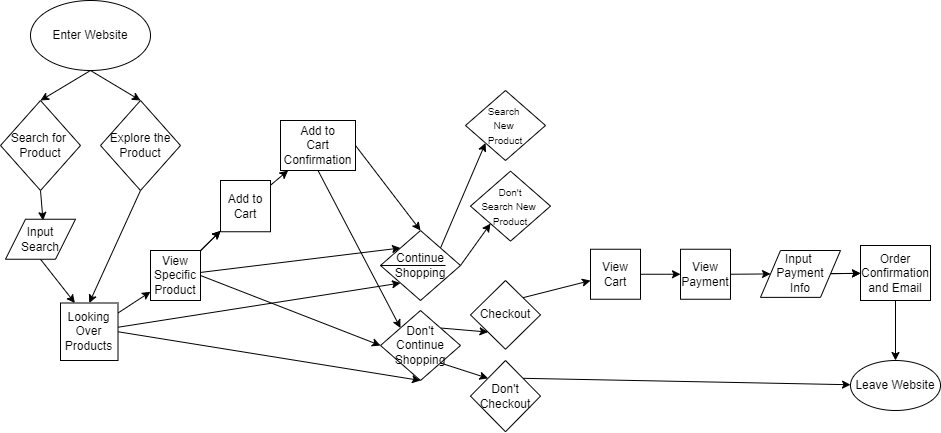
Earlier version of the draw.io export explore/diagramming/diagram.drawio.png (rheabhutada02/fa22-cse110-lab4). Source tidied: cells renumbered, new cells last; positions are measured from the earlier drawing's top-left corner, leaving out a move shared by most shapes.
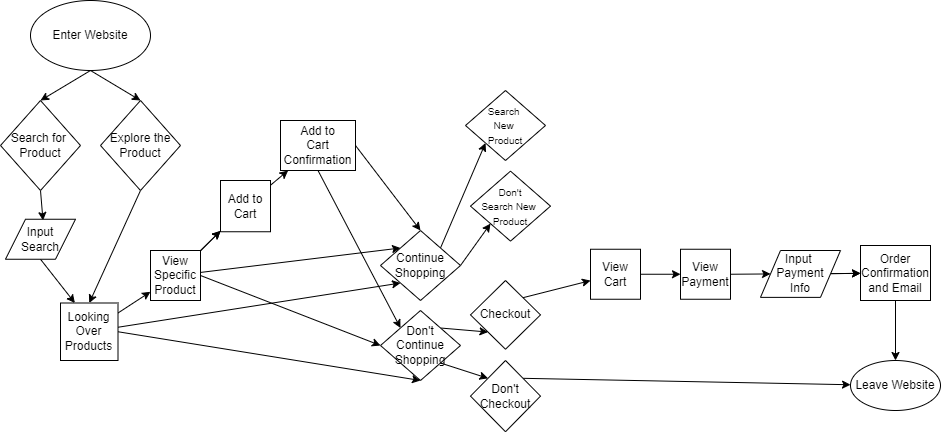
After the change.

What changed in the source:
```diff
@@ -133,11 +133,6 @@
     <mxCell id="44" value="&lt;span&gt;Continue&lt;br&gt;Shopping&lt;/span&gt;&lt;span style=&quot;color: rgba(0 , 0 , 0 , 0) ; font-family: monospace ; font-size: 0px&quot;&gt;%3CmxGraphModel%3E%3Croot%3E%3CmxCell%20id%3D%220%22%2F%3E%3CmxCell%20id%3D%221%22%20parent%3D%220%22%2F%3E%3CmxCell%20id%3D%222%22%20value%3D%22%26lt%3Bspan%20style%3D%26quot%3Bfont-size%3A%2010px%26quot%3B%26gt%3B%26lt%3Bfont%20style%3D%26quot%3Bfont-size%3A%2010px%26quot%3B%26gt%3BSearch%20%26lt%3B%2Ffont%26gt%3B%26lt%3Bbr%26gt%3BNew%20%26lt%3Bbr%26gt%3BProduct%26lt%3B%2Fspan%26gt%3B%22%20style%3D%22rhombus%3BwhiteSpace%3Dwrap%3Bhtml%3D1%3B%22%20vertex%3D%221%22%20parent%3D%221%22%3E%3CmxGeometry%20x%3D%22480%22%20y%3D%22220%22%20width%3D%2280%22%20height%3D%2270%22%20as%3D%22geometry%22%2F%3E%3C%2FmxCell%3E%3C%2Froot%3E%3C%2FmxGraphModel%3E&lt;/span&gt;&lt;span&gt;&lt;br&gt;&lt;/span&gt;" style="rhombus;whiteSpace=wrap;html=1;" parent="1" vertex="1">
       <mxGeometry x="380" y="230" width="80" height="70" as="geometry" />
     </mxCell>
-    <mxCell id="45" style="edgeStyle=none;html=1;exitX=1;exitY=0.5;exitDx=0;exitDy=0;entryX=0;entryY=0.5;entryDx=0;entryDy=0;fontSize=10;endArrow=none;" parent="1" edge="1" target="44">
-      <mxGeometry relative="1" as="geometry">
-        <mxPoint x="445" y="265" as="sourcePoint" />
-      </mxGeometry>
-    </mxCell>
     <mxCell id="46" value="&lt;span&gt;Checkout&lt;/span&gt;&lt;span&gt;&lt;br&gt;&lt;/span&gt;" style="rhombus;whiteSpace=wrap;html=1;" parent="1" vertex="1">
       <mxGeometry x="470" y="280" width="70" height="68.8" as="geometry" />
     </mxCell>
```
